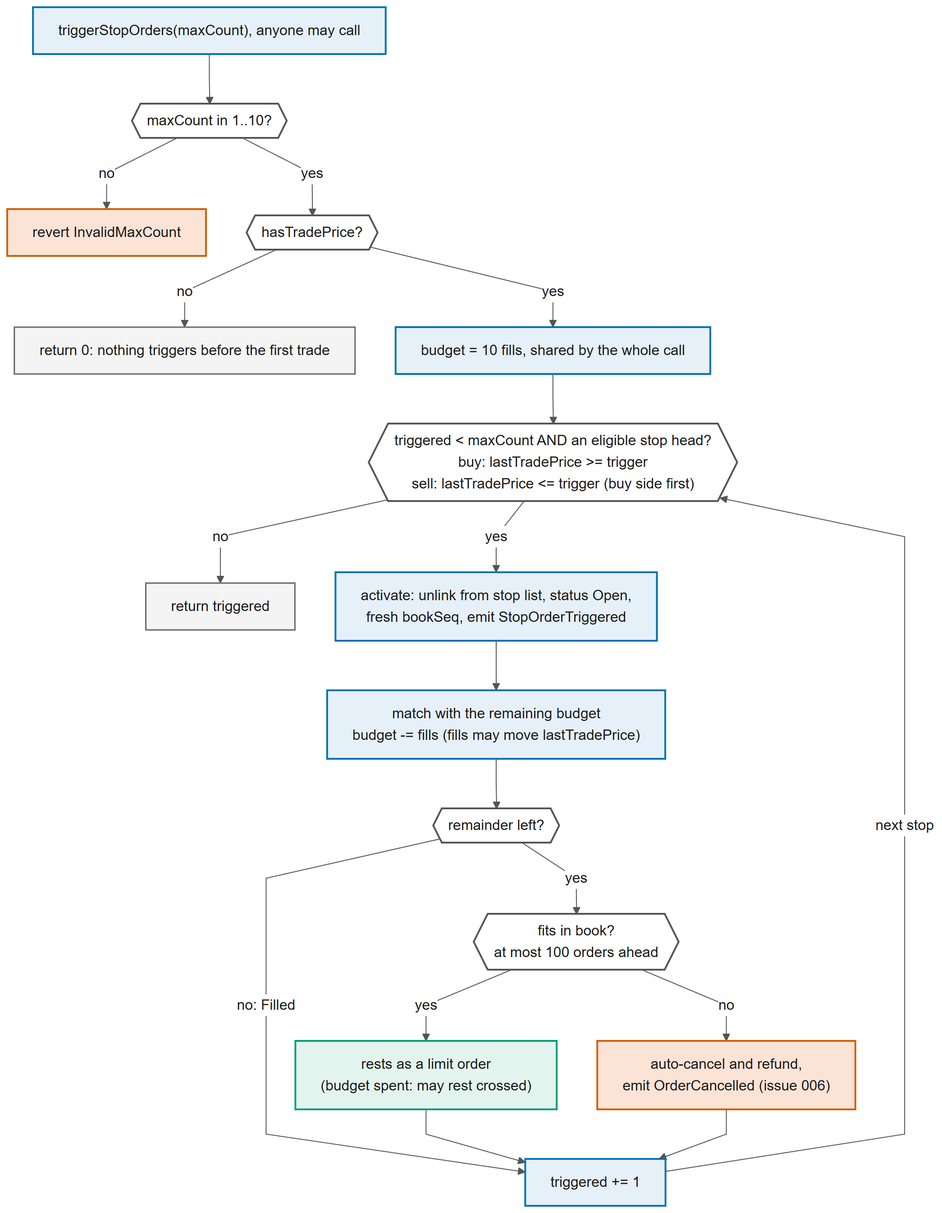
This is docs/report/diagrams/07-stop-trigger-flow.png from Nitecry7/SC4053-BlockChain-Project, a Mermaid export, as it was before one commit. Its source is kept beside it as docs/report/diagrams/07-stop-trigger-flow.mmd. Source of this version:
```mermaid
---
config:
  flowchart:
    wrappingWidth: 360
---
flowchart TB
  classDef step fill:#E6F0F8,stroke:#0072B2,stroke-width:2px,color:#1A1A1A
  classDef decide fill:#FFFFFF,stroke:#555555,stroke-width:2px,color:#1A1A1A
  classDef stop fill:#F4F4F4,stroke:#666666,stroke-width:1.5px,color:#1A1A1A
  classDef good fill:#E3F4EE,stroke:#009E73,stroke-width:2px,color:#1A1A1A
  classDef warn fill:#FBE3D6,stroke:#D55E00,stroke-width:2px,color:#1A1A1A

  A["triggerStopOrders(maxCount), anyone may call"]:::step --> G{{"maxCount in 1..10?"}}:::decide
  G -- "no" --> R1["revert InvalidMaxCount"]:::warn
  G -- "yes" --> H{{"hasTradePrice?"}}:::decide
  H -- "no" --> Z["return 0: nothing triggers before the first trade"]:::stop
  H -- "yes" --> B["budget = 10 fills, shared by the whole call"]:::step
  B --> L{{"triggered < maxCount AND an eligible stop head?<br/>buy: lastTradePrice >= trigger<br/>sell: lastTradePrice <= trigger (buy side first)"}}:::decide
  L -- "no" --> E["return triggered"]:::stop
  L -- "yes" --> ACT["activate: unlink from stop list, status Open,<br/>fresh bookSeq, emit StopOrderTriggered"]:::step
  ACT --> M["match with the remaining budget<br/>budget -= fills (fills may move lastTradePrice)"]:::step
  M --> T{{"remainder left?"}}:::decide
  T -- "no: Filled" --> INC["triggered += 1"]:::step
  T -- "yes" --> FIT{{"fits in book?<br/>at most 100 orders ahead"}}:::decide
  FIT -- "yes" --> REST["rests as a limit order<br/>(budget spent: may rest crossed)"]:::good
  FIT -- "no" --> AC["auto-cancel and refund,<br/>emit OrderCancelled (issue 006)"]:::warn
  REST --> INC
  AC --> INC
  INC -->|"next stop"| L
```
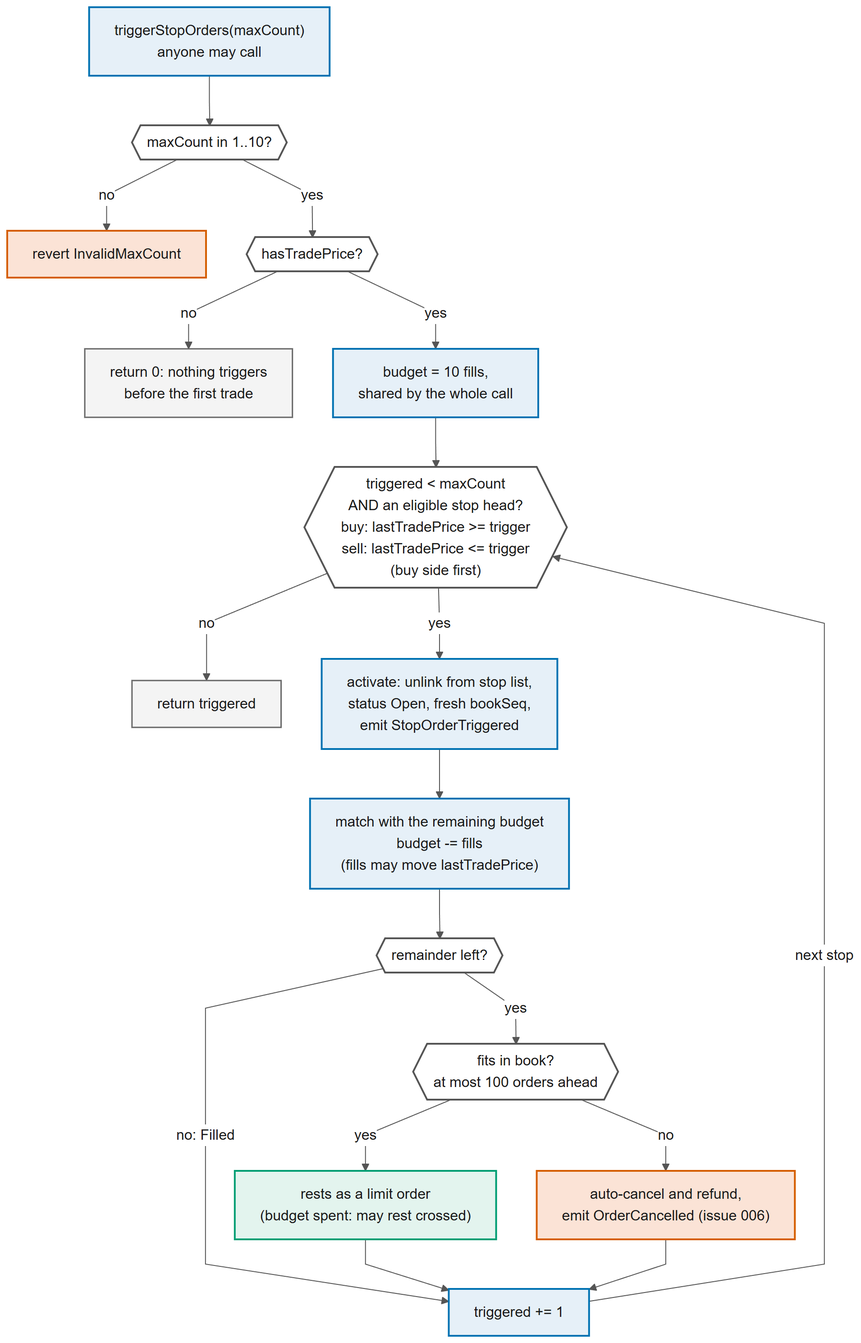
After the change.

Change to the diagram source:
```diff
@@ -1,7 +1,7 @@
 ---
 config:
   flowchart:
-    wrappingWidth: 360
+    wrappingWidth: 260
 ---
 flowchart TB
   classDef step fill:#E6F0F8,stroke:#0072B2,stroke-width:2px,color:#1A1A1A
@@ -10,15 +10,15 @@
   classDef good fill:#E3F4EE,stroke:#009E73,stroke-width:2px,color:#1A1A1A
   classDef warn fill:#FBE3D6,stroke:#D55E00,stroke-width:2px,color:#1A1A1A
 
-  A["triggerStopOrders(maxCount), anyone may call"]:::step --> G{{"maxCount in 1..10?"}}:::decide
+  A["triggerStopOrders(maxCount)<br/>anyone may call"]:::step --> G{{"maxCount in 1..10?"}}:::decide
   G -- "no" --> R1["revert InvalidMaxCount"]:::warn
   G -- "yes" --> H{{"hasTradePrice?"}}:::decide
-  H -- "no" --> Z["return 0: nothing triggers before the first trade"]:::stop
-  H -- "yes" --> B["budget = 10 fills, shared by the whole call"]:::step
-  B --> L{{"triggered < maxCount AND an eligible stop head?<br/>buy: lastTradePrice >= trigger<br/>sell: lastTradePrice <= trigger (buy side first)"}}:::decide
+  H -- "no" --> Z["return 0: nothing triggers<br/>before the first trade"]:::stop
+  H -- "yes" --> B["budget = 10 fills,<br/>shared by the whole call"]:::step
+  B --> L{{"triggered < maxCount<br/>AND an eligible stop head?<br/>buy: lastTradePrice >= trigger<br/>sell: lastTradePrice <= trigger<br/>(buy side first)"}}:::decide
   L -- "no" --> E["return triggered"]:::stop
-  L -- "yes" --> ACT["activate: unlink from stop list, status Open,<br/>fresh bookSeq, emit StopOrderTriggered"]:::step
-  ACT --> M["match with the remaining budget<br/>budget -= fills (fills may move lastTradePrice)"]:::step
+  L -- "yes" --> ACT["activate: unlink from stop list,<br/>status Open, fresh bookSeq,<br/>emit StopOrderTriggered"]:::step
+  ACT --> M["match with the remaining budget<br/>budget -= fills<br/>(fills may move lastTradePrice)"]:::step
   M --> T{{"remainder left?"}}:::decide
   T -- "no: Filled" --> INC["triggered += 1"]:::step
   T -- "yes" --> FIT{{"fits in book?<br/>at most 100 orders ahead"}}:::decide
```
